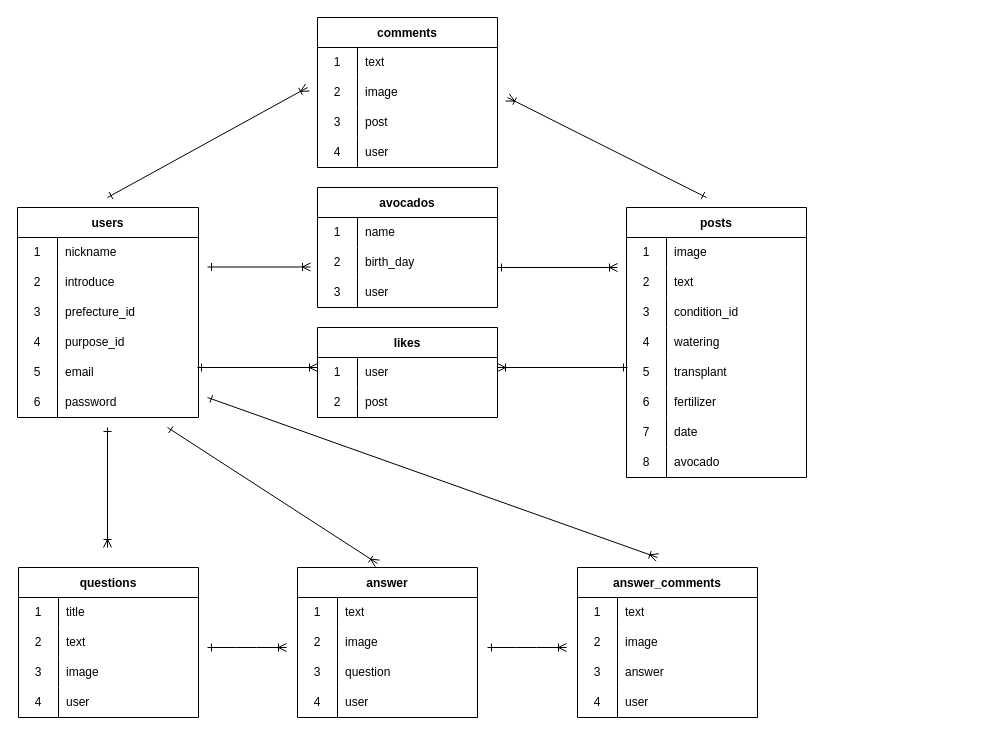
Earlier version of the draw.io diagram db_create.dio (keei0920/avocado-circle). Source tidied: cells renumbered, new cells numbered last; positions are measured from the earlier drawing's top-left corner, leaving out a move shared by most shapes. Both pictures are drawn from the tidied source at 100%, with x=0, y=0 at pixel (17, 17).
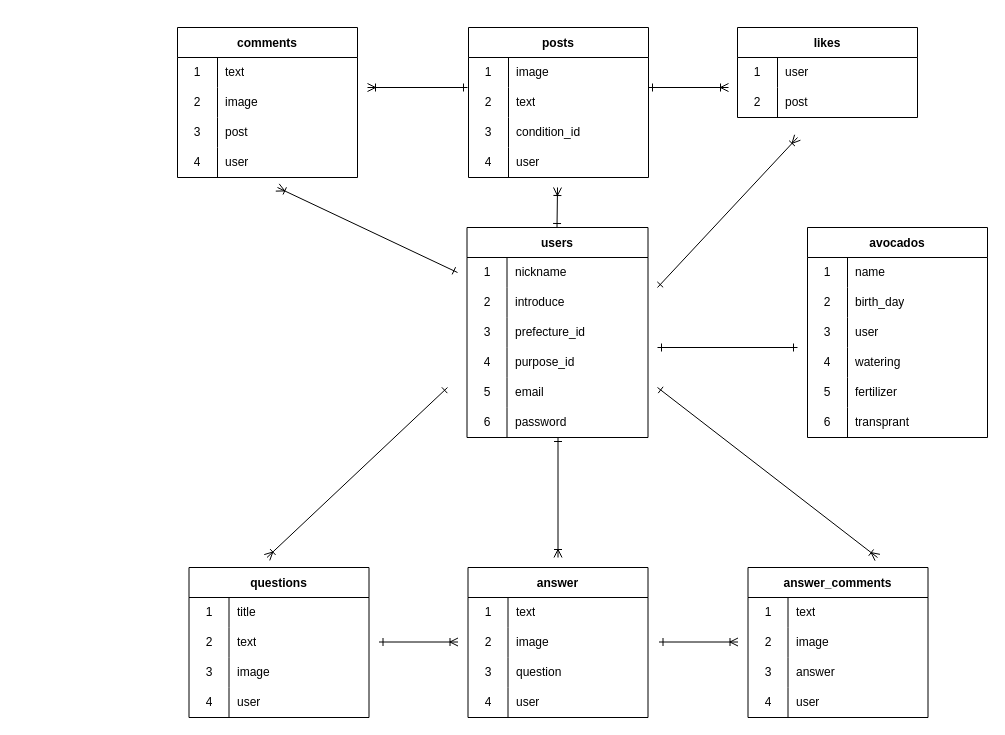
The same page after the edit.

Unchanged cells that the change refers to:
```xml
<mxCell id="41" style="shape=tableRow;horizontal=0;startSize=0;swimlaneHead=0;swimlaneBody=0;top=0;left=0;bottom=0;right=0;fillColor=none;" parent="31" vertex="1">
  <mxGeometry y="120" width="180" height="30" as="geometry" />
</mxCell>
```

Change to the diagram source:
```diff
@@
     <mxCell id="2" value="users" style="shape=table;startSize=30;childLayout=tableLayout;rowLines=0;fontStyle=1;" parent="1" vertex="1">
-      <mxGeometry y="190" width="181" height="210" as="geometry" />
+      <mxGeometry x="449.5" y="210" width="181" height="210" as="geometry" />
     </mxCell>
@@
     <mxCell id="21" value="avocados" style="shape=table;startSize=30;childLayout=tableLayout;rowLines=0;fontStyle=1;" parent="1" vertex="1">
-      <mxGeometry x="300" y="170" width="180" height="120" as="geometry" />
+      <mxGeometry x="790" y="210" width="180" height="210" as="geometry" />
     </mxCell>
@@
+    <mxCell id="127" style="shape=tableRow;horizontal=0;startSize=0;swimlaneHead=0;swimlaneBody=0;top=0;left=0;bottom=0;right=0;fillColor=none;" parent="21" vertex="1">
+      <mxGeometry y="120" width="180" height="30" as="geometry" />
+    </mxCell>
+    <mxCell id="128" value="4" style="shape=partialRectangle;html=1;whiteSpace=wrap;fillColor=none;top=0;left=0;bottom=0;right=0;overflow=hidden;" parent="127" vertex="1">
+      <mxGeometry width="40" height="30" as="geometry" />
+    </mxCell>
+    <mxCell id="129" value="watering" style="shape=partialRectangle;html=1;whiteSpace=wrap;fillColor=none;top=0;left=0;bottom=0;right=0;align=left;spacingLeft=6;overflow=hidden;" parent="127" vertex="1">
+      <mxGeometry x="40" width="140" height="30" as="geometry" />
+    </mxCell>
+    <mxCell id="44" style="shape=tableRow;horizontal=0;startSize=0;swimlaneHead=0;swimlaneBody=0;top=0;left=0;bottom=0;right=0;fillColor=none;" parent="21" vertex="1">
+      <mxGeometry y="150" width="180" height="30" as="geometry" />
+    </mxCell>
+    <mxCell id="45" value="5" style="shape=partialRectangle;html=1;whiteSpace=wrap;fillColor=none;top=0;left=0;bottom=0;right=0;overflow=hidden;" parent="44" vertex="1">
+      <mxGeometry width="40" height="30" as="geometry" />
+    </mxCell>
+    <mxCell id="49" value="fertilizer" style="shape=partialRectangle;html=1;whiteSpace=wrap;fillColor=none;top=0;left=0;bottom=0;right=0;align=left;spacingLeft=6;overflow=hidden;" parent="44" vertex="1">
+      <mxGeometry x="40" width="140" height="30" as="geometry" />
+    </mxCell>
+    <mxCell id="47" style="shape=tableRow;horizontal=0;startSize=0;swimlaneHead=0;swimlaneBody=0;top=0;left=0;bottom=0;right=0;fillColor=none;" parent="21" vertex="1">
+      <mxGeometry y="180" width="180" height="30" as="geometry" />
+    </mxCell>
+    <mxCell id="48" value="6" style="shape=partialRectangle;html=1;whiteSpace=wrap;fillColor=none;top=0;left=0;bottom=0;right=0;overflow=hidden;" parent="47" vertex="1">
+      <mxGeometry width="40" height="30" as="geometry" />
+    </mxCell>
+    <mxCell id="130" value="transprant" style="shape=partialRectangle;html=1;whiteSpace=wrap;fillColor=none;top=0;left=0;bottom=0;right=0;align=left;spacingLeft=6;overflow=hidden;" parent="47" vertex="1">
+      <mxGeometry x="40" width="140" height="30" as="geometry" />
+    </mxCell>
     <mxCell id="31" value="posts" style="shape=table;startSize=30;childLayout=tableLayout;rowLines=0;fontStyle=1;" parent="1" vertex="1">
-      <mxGeometry x="609" y="190" width="180" height="270" as="geometry" />
+      <mxGeometry x="451" y="10" width="180" height="150" as="geometry" />
     </mxCell>
@@
-    <mxCell id="43" value="watering" style="shape=partialRectangle;html=1;whiteSpace=wrap;fillColor=none;top=0;left=0;bottom=0;right=0;align=left;spacingLeft=6;overflow=hidden;" parent="41" vertex="1">
+    <mxCell id="43" value="user" style="shape=partialRectangle;html=1;whiteSpace=wrap;fillColor=none;top=0;left=0;bottom=0;right=0;align=left;spacingLeft=6;overflow=hidden;" parent="41" vertex="1">
       <mxGeometry x="40" width="140" height="30" as="geometry" />
     </mxCell>
-    <mxCell id="44" style="shape=tableRow;horizontal=0;startSize=0;swimlaneHead=0;swimlaneBody=0;top=0;left=0;bottom=0;right=0;fillColor=none;" parent="31" vertex="1">
-      <mxGeometry y="150" width="180" height="30" as="geometry" />
-    </mxCell>
-    <mxCell id="45" value="5" style="shape=partialRectangle;html=1;whiteSpace=wrap;fillColor=none;top=0;left=0;bottom=0;right=0;overflow=hidden;" parent="44" vertex="1">
-      <mxGeometry width="40" height="30" as="geometry" />
-    </mxCell>
-    <mxCell id="46" value="transplant" style="shape=partialRectangle;html=1;whiteSpace=wrap;fillColor=none;top=0;left=0;bottom=0;right=0;align=left;spacingLeft=6;overflow=hidden;" parent="44" vertex="1">
-      <mxGeometry x="40" width="140" height="30" as="geometry" />
-    </mxCell>
-    <mxCell id="47" style="shape=tableRow;horizontal=0;startSize=0;swimlaneHead=0;swimlaneBody=0;top=0;left=0;bottom=0;right=0;fillColor=none;" parent="31" vertex="1">
-      <mxGeometry y="180" width="180" height="30" as="geometry" />
-    </mxCell>
-    <mxCell id="48" value="6" style="shape=partialRectangle;html=1;whiteSpace=wrap;fillColor=none;top=0;left=0;bottom=0;right=0;overflow=hidden;" parent="47" vertex="1">
-      <mxGeometry width="40" height="30" as="geometry" />
-    </mxCell>
-    <mxCell id="49" value="fertilizer" style="shape=partialRectangle;html=1;whiteSpace=wrap;fillColor=none;top=0;left=0;bottom=0;right=0;align=left;spacingLeft=6;overflow=hidden;" parent="47" vertex="1">
-      <mxGeometry x="40" width="140" height="30" as="geometry" />
-    </mxCell>
-    <mxCell id="50" style="shape=tableRow;horizontal=0;startSize=0;swimlaneHead=0;swimlaneBody=0;top=0;left=0;bottom=0;right=0;fillColor=none;" parent="31" vertex="1">
-      <mxGeometry y="210" width="180" height="30" as="geometry" />
-    </mxCell>
-    <mxCell id="51" value="7" style="shape=partialRectangle;html=1;whiteSpace=wrap;fillColor=none;top=0;left=0;bottom=0;right=0;overflow=hidden;" parent="50" vertex="1">
-      <mxGeometry width="40" height="30" as="geometry" />
-    </mxCell>
-    <mxCell id="52" value="date" style="shape=partialRectangle;html=1;whiteSpace=wrap;fillColor=none;top=0;left=0;bottom=0;right=0;align=left;spacingLeft=6;overflow=hidden;" parent="50" vertex="1">
-      <mxGeometry x="40" width="140" height="30" as="geometry" />
-    </mxCell>
-    <mxCell id="53" style="shape=tableRow;horizontal=0;startSize=0;swimlaneHead=0;swimlaneBody=0;top=0;left=0;bottom=0;right=0;fillColor=none;" parent="31" vertex="1">
-      <mxGeometry y="240" width="180" height="30" as="geometry" />
-    </mxCell>
-    <mxCell id="54" value="8" style="shape=partialRectangle;html=1;whiteSpace=wrap;fillColor=none;top=0;left=0;bottom=0;right=0;overflow=hidden;" parent="53" vertex="1">
-      <mxGeometry width="40" height="30" as="geometry" />
-    </mxCell>
-    <mxCell id="55" value="avocado" style="shape=partialRectangle;html=1;whiteSpace=wrap;fillColor=none;top=0;left=0;bottom=0;right=0;align=left;spacingLeft=6;overflow=hidden;" parent="53" vertex="1">
-      <mxGeometry x="40" width="140" height="30" as="geometry" />
-    </mxCell>
     <mxCell id="56" value="comments" style="shape=table;startSize=30;childLayout=tableLayout;rowLines=0;fontStyle=1;" parent="1" vertex="1">
-      <mxGeometry x="300" width="180" height="150" as="geometry" />
+      <mxGeometry x="160" y="10" width="180" height="150" as="geometry" />
     </mxCell>
@@
     <mxCell id="69" value="questions" style="shape=table;startSize=30;childLayout=tableLayout;rowLines=0;fontStyle=1;" parent="1" vertex="1">
-      <mxGeometry x="1" y="550" width="180" height="150" as="geometry" />
+      <mxGeometry x="171.5" y="550" width="180" height="150" as="geometry" />
     </mxCell>
@@
     <mxCell id="82" value="answer" style="shape=table;startSize=30;childLayout=tableLayout;rowLines=0;fontStyle=1;" parent="1" vertex="1">
-      <mxGeometry x="280" y="550" width="180" height="150" as="geometry" />
+      <mxGeometry x="450.5" y="550" width="180" height="150" as="geometry" />
     </mxCell>
@@
     <mxCell id="95" style="line;strokeWidth=2;html=1;strokeColor=none;" parent="1" vertex="1">
-      <mxGeometry x="320" y="230" width="160" height="10" as="geometry" />
+      <mxGeometry x="320" y="250" width="160" height="10" as="geometry" />
     </mxCell>
     <mxCell id="96" style="endArrow=ERoneToMany;html=1;startArrow=ERone;startFill=0;endFill=0;" parent="1" edge="1">
       <mxGeometry relative="1" as="geometry">
-        <mxPoint x="190" y="249.5" as="sourcePoint" />
-        <mxPoint x="293" y="249.5" as="targetPoint" />
+        <mxPoint x="631" y="70" as="sourcePoint" />
+        <mxPoint x="711" y="70" as="targetPoint" />
       </mxGeometry>
     </mxCell>
-    <mxCell id="97" style="endArrow=ERoneToMany;html=1;startArrow=ERone;startFill=0;endFill=0;" parent="1" edge="1">
+    <mxCell id="97" style="endArrow=ERone;html=1;startArrow=ERone;startFill=0;endFill=0;" parent="1" edge="1">
       <mxGeometry relative="1" as="geometry">
-        <mxPoint x="480" y="250" as="sourcePoint" />
-        <mxPoint x="600" y="250" as="targetPoint" />
+        <mxPoint x="640" y="330" as="sourcePoint" />
+        <mxPoint x="780" y="330" as="targetPoint" />
       </mxGeometry>
     </mxCell>
     <mxCell id="98" style="endArrow=ERoneToMany;html=1;startArrow=ERone;startFill=0;endFill=0;" parent="1" edge="1">
       <mxGeometry relative="1" as="geometry">
-        <mxPoint x="689" y="180" as="sourcePoint" />
-        <mxPoint x="490" y="80" as="targetPoint" />
+        <mxPoint x="450" y="70" as="sourcePoint" />
+        <mxPoint x="350" y="70" as="targetPoint" />
       </mxGeometry>
     </mxCell>
-    <mxCell id="99" style="endArrow=ERoneToMany;html=1;startArrow=ERone;startFill=0;endFill=0;" parent="1" edge="1">
+    <mxCell id="99" style="endArrow=ERoneToMany;html=1;startArrow=ERone;startFill=0;endFill=0;exitX=0.75;exitY=0.5;exitDx=0;exitDy=0;exitPerimeter=0;" parent="1" edge="1" source="95">
       <mxGeometry relative="1" as="geometry">
-        <mxPoint x="90" y="180" as="sourcePoint" />
-        <mxPoint x="290" y="70" as="targetPoint" />
+        <mxPoint x="260" y="170" as="targetPoint" />
       </mxGeometry>
     </mxCell>
     <mxCell id="100" style="endArrow=ERoneToMany;html=1;startArrow=ERone;startFill=0;endFill=0;" parent="1" edge="1">
       <mxGeometry relative="1" as="geometry">
-        <mxPoint x="90" y="410" as="sourcePoint" />
-        <mxPoint x="90" y="530" as="targetPoint" />
+        <mxPoint x="430" y="370" as="sourcePoint" />
+        <mxPoint x="249.5" y="540" as="targetPoint" />
       </mxGeometry>
     </mxCell>
     <mxCell id="101" style="endArrow=ERoneToMany;html=1;startArrow=ERone;startFill=0;endFill=0;" parent="1" edge="1">
       <mxGeometry relative="1" as="geometry">
-        <mxPoint x="190" y="630" as="sourcePoint" />
-        <mxPoint x="269" y="630" as="targetPoint" />
+        <mxPoint x="361.5" y="624.5" as="sourcePoint" />
+        <mxPoint x="440.5" y="624.5" as="targetPoint" />
         <Array as="points">
-          <mxPoint x="229" y="630" />
+          <mxPoint x="400.5" y="624.5" />
         </Array>
       </mxGeometry>
     </mxCell>
     <mxCell id="102" style="endArrow=ERoneToMany;html=1;startArrow=ERone;startFill=0;endFill=0;" parent="1" edge="1">
       <mxGeometry relative="1" as="geometry">
-        <mxPoint x="470" y="630" as="sourcePoint" />
-        <mxPoint x="549" y="630" as="targetPoint" />
+        <mxPoint x="641.5" y="624.5" as="sourcePoint" />
+        <mxPoint x="720.5" y="624.5" as="targetPoint" />
         <Array as="points">
-          <mxPoint x="509" y="630" />
+          <mxPoint x="680.5" y="624.5" />
         </Array>
       </mxGeometry>
     </mxCell>
     <mxCell id="103" value="answer_comments" style="shape=table;startSize=30;childLayout=tableLayout;rowLines=0;fontStyle=1;" parent="1" vertex="1">
-      <mxGeometry x="560" y="550" width="180" height="150" as="geometry" />
+      <mxGeometry x="730.5" y="550" width="180" height="150" as="geometry" />
     </mxCell>
@@
-    <mxCell id="116" style="endArrow=ERoneToMany;html=1;startArrow=ERone;startFill=0;endFill=0;entryX=0.444;entryY=-0.027;entryDx=0;entryDy=0;entryPerimeter=0;" parent="1" edge="1" target="82">
+    <mxCell id="116" style="endArrow=ERoneToMany;html=1;startArrow=ERone;startFill=0;endFill=0;" parent="1" edge="1">
       <mxGeometry relative="1" as="geometry">
-        <mxPoint x="150" y="410" as="sourcePoint" />
+        <mxPoint x="540.5" y="420" as="sourcePoint" />
+        <mxPoint x="540.5" y="540" as="targetPoint" />
       </mxGeometry>
     </mxCell>
     <mxCell id="117" style="endArrow=ERoneToMany;html=1;startArrow=ERone;startFill=0;endFill=0;" parent="1" edge="1">
       <mxGeometry relative="1" as="geometry">
-        <mxPoint x="190" y="380" as="sourcePoint" />
-        <mxPoint x="640" y="540" as="targetPoint" />
+        <mxPoint x="640" y="370" as="sourcePoint" />
+        <mxPoint x="860" y="540" as="targetPoint" />
       </mxGeometry>
     </mxCell>
     <mxCell id="118" value="likes" style="shape=table;startSize=30;childLayout=tableLayout;rowLines=0;fontStyle=1;" parent="1" vertex="1">
-      <mxGeometry x="300" y="310" width="180" height="90" as="geometry" />
+      <mxGeometry x="720" y="10" width="180" height="90" as="geometry" />
     </mxCell>
@@
-    <mxCell id="125" style="endArrow=ERoneToMany;html=1;startArrow=ERone;startFill=0;endFill=0;" parent="1" edge="1">
-      <mxGeometry relative="1" as="geometry">
-        <mxPoint x="180" y="350" as="sourcePoint" />
-        <mxPoint x="300" y="350" as="targetPoint" />
-      </mxGeometry>
-    </mxCell>
     <mxCell id="126" style="endArrow=ERoneToMany;html=1;startArrow=ERone;startFill=0;endFill=0;" parent="1" edge="1">
       <mxGeometry relative="1" as="geometry">
-        <mxPoint x="610" y="350" as="sourcePoint" />
-        <mxPoint x="480" y="350" as="targetPoint" />
+        <mxPoint x="640" y="270" as="sourcePoint" />
+        <mxPoint x="780" y="120" as="targetPoint" />
       </mxGeometry>
     </mxCell>
+    <mxCell id="131" style="endArrow=ERoneToMany;html=1;startArrow=ERone;startFill=0;endFill=0;" parent="1" edge="1">
+      <mxGeometry relative="1" as="geometry">
+        <mxPoint x="539.5" y="210" as="sourcePoint" />
+        <mxPoint x="540" y="170" as="targetPoint" />
+      </mxGeometry>
+    </mxCell>
```
